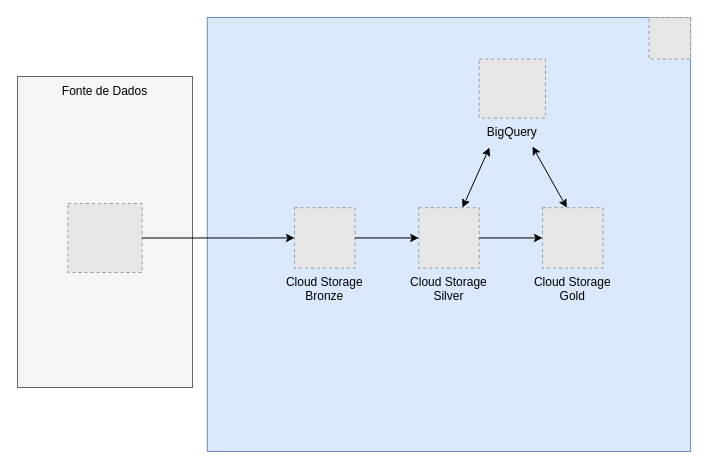
Above: doc/architecture.drawio in matbragan/gestao-condominial (draw.io), before the change. Source tidied: cells renumbered, new cells numbered last; positions are measured from the earlier drawing's top-left corner, leaving out a move shared by most shapes. Both pictures are drawn from the tidied source at 100%, with x=0, y=0 at pixel (17, 17). Pictures stored in the file or linked from it are replaced by grey dashed boxes.
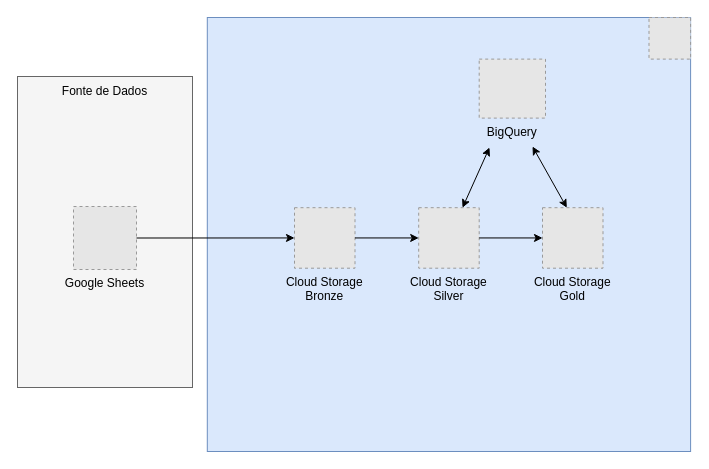
The same diagram, later.

What changed in the source:
```diff
@@
 <mxGraphModel background="#ffffff">
   <root>
     <mxCell id="0" />
     <mxCell id="1" parent="0" />
     <mxCell id="2" style="group;" parent="1" vertex="1">
       <mxGeometry x="189.8" width="483.2" height="434" as="geometry" />
     </mxCell>
     <mxCell id="3" style="rounded=0;whiteSpace=wrap;html=1;fillColor=#dae8fc;strokeColor=#6c8ebf;" parent="2" vertex="1">
       <mxGeometry width="483.3" height="434" as="geometry" />
     </mxCell>
     <mxCell id="4" style="fillColor=#E6E6E6;strokeColor=#999999;dashed=1;verticalLabelPosition=bottom;verticalAlign=top;fontColor=#000000;" parent="2" vertex="1">
       <mxGeometry x="441.7" width="41.6" height="41.6" as="geometry" />
     </mxCell>
     <mxCell id="5" value="Cloud Storage&#10;Gold" style="fillColor=#E6E6E6;strokeColor=#999999;dashed=1;verticalLabelPosition=bottom;verticalAlign=top;fontColor=#000000;" parent="2" vertex="1">
       <mxGeometry x="335.2" y="190.2" width="60.5" height="60.5" as="geometry" />
     </mxCell>
     <mxCell id="6" style="edgeStyle=none;html=1;strokeColor=#000000;startArrow=classic;startFill=1;" parent="2" edge="1" source="7">
       <mxGeometry relative="1" as="geometry">
         <mxPoint x="282.2" y="130" as="targetPoint" />
       </mxGeometry>
     </mxCell>
     <mxCell id="7" value="Cloud Storage&#10;Silver" style="fillColor=#E6E6E6;strokeColor=#999999;dashed=1;verticalLabelPosition=bottom;verticalAlign=top;fontColor=#000000;" parent="2" vertex="1">
       <mxGeometry x="211.4" y="190.2" width="60.5" height="60.5" as="geometry" />
     </mxCell>
     <mxCell id="8" style="edgeStyle=none;html=1;entryX=0;entryY=0.5;entryDx=0;entryDy=0;strokeColor=#000000;fontColor=#000000;" parent="2" edge="1" source="7" target="5">
       <mxGeometry relative="1" as="geometry" />
     </mxCell>
     <mxCell id="9" value="Cloud Storage&#10;Bronze" style="fillColor=#E6E6E6;strokeColor=#999999;dashed=1;verticalLabelPosition=bottom;verticalAlign=top;fontColor=#000000;" parent="2" vertex="1">
       <mxGeometry x="87.2" y="190.2" width="60.5" height="60.5" as="geometry" />
     </mxCell>
     <mxCell id="10" style="edgeStyle=none;html=1;entryX=0;entryY=0.5;entryDx=0;entryDy=0;strokeColor=#000000;" parent="2" edge="1" source="9" target="7">
       <mxGeometry relative="1" as="geometry" />
     </mxCell>
     <mxCell id="11" value="BigQuery" style="fillColor=#E6E6E6;strokeColor=#999999;dashed=1;verticalLabelPosition=bottom;verticalAlign=top;fontColor=#000000;" parent="2" vertex="1">
       <mxGeometry x="271.9" y="41.6" width="66.3" height="59" as="geometry" />
     </mxCell>
     <mxCell id="12" style="edgeStyle=none;html=1;strokeColor=#000000;exitX=0.5;exitY=0;exitDx=0;exitDy=0;startArrow=classic;startFill=1;endArrow=classic;endFill=1;" parent="2" edge="1">
       <mxGeometry relative="1" as="geometry">
         <mxPoint x="359.5" y="190.2" as="sourcePoint" />
         <mxPoint x="325.2" y="129" as="targetPoint" />
       </mxGeometry>
     </mxCell>
     <mxCell id="13" style="group;" parent="1" vertex="1">
       <mxGeometry y="59" width="175" height="311" as="geometry" />
     </mxCell>
     <mxCell id="14" style="rounded=0;whiteSpace=wrap;html=1;fillColor=#f5f5f5;strokeColor=#666666;fontColor=#333333;" parent="13" vertex="1">
       <mxGeometry width="175" height="311" as="geometry" />
     </mxCell>
     <mxCell id="15" value="Fonte de Dados" style="text;strokeColor=none;align=center;fillColor=none;html=1;verticalAlign=middle;whiteSpace=wrap;rounded=0;fontColor=#000000;" parent="13" vertex="1">
       <mxGeometry x="39" width="97" height="30" as="geometry" />
     </mxCell>
-    <mxCell id="16" style="fillColor=#E6E6E6;strokeColor=#999999;dashed=1;verticalLabelPosition=bottom;verticalAlign=top;" parent="13" vertex="1">
-      <mxGeometry x="50.4" y="127" width="74.3" height="69" as="geometry" />
-    </mxCell>
+    <mxCell id="18" value="Google Sheets" style="fillColor=#E6E6E6;strokeColor=#999999;dashed=1;verticalLabelPosition=bottom;verticalAlign=top;fontColor=#000000;" parent="13" vertex="1">
+      <mxGeometry x="56" y="130" width="63" height="63" as="geometry" />
+    </mxCell>
-    <mxCell id="17" style="edgeStyle=none;html=1;entryX=0;entryY=0.5;entryDx=0;entryDy=0;fontColor=#000000;strokeColor=#000000;exitX=1;exitY=0.5;exitDx=0;exitDy=0;" parent="1" edge="1" source="16" target="9">
+    <mxCell id="17" style="edgeStyle=none;html=1;entryX=0;entryY=0.5;entryDx=0;entryDy=0;fontColor=#000000;strokeColor=#000000;exitX=1;exitY=0.5;exitDx=0;exitDy=0;" parent="1" edge="1" source="18" target="9">
       <mxGeometry relative="1" as="geometry" />
     </mxCell>
   </root>
 </mxGraphModel>
```
